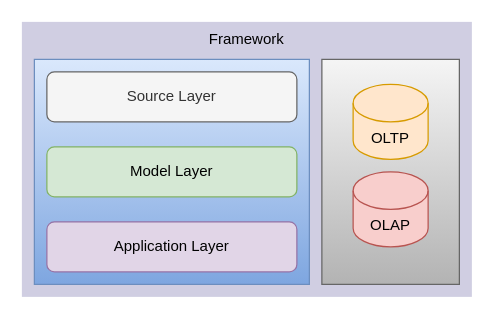
Above: page "bi-service-devops-architecture" (2 of 4) of doc/img/bi-service-architecture.drawio in eastmoon/business-intelligence-service-architecture (draw.io), before the change. Source tidied: cells renumbered, new cells numbered last; positions are measured from the earlier drawing's top-left corner, leaving out a move shared by most shapes. Both pictures are drawn from the tidied source at 125%, with x=0, y=0 at pixel (21, 21).
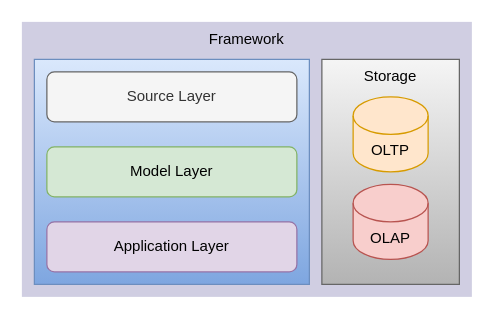
Above is the later version.

Change to the diagram source:
```diff
@@
 <mxGraphModel>
   <root>
     <mxCell id="0" />
     <mxCell id="1" parent="0" />
     <mxCell id="2" value="Framework" style="rounded=0;whiteSpace=wrap;html=1;verticalAlign=top;fillColor=#d0cee2;strokeColor=none;" parent="1" vertex="1">
       <mxGeometry width="360" height="220" as="geometry" />
     </mxCell>
     <mxCell id="3" style="rounded=0;whiteSpace=wrap;html=1;fillColor=#dae8fc;gradientColor=#7ea6e0;strokeColor=#6c8ebf;" parent="1" vertex="1">
       <mxGeometry x="10" y="30" width="220" height="180" as="geometry" />
     </mxCell>
     <mxCell id="4" value="&lt;span style=&quot;font-size: 12px&quot;&gt;Source Layer&lt;/span&gt;" style="rounded=1;whiteSpace=wrap;html=1;fontSize=6;fillColor=#f5f5f5;strokeColor=#666666;fontColor=#333333;horizontal=1;verticalAlign=middle;" parent="1" vertex="1">
       <mxGeometry x="20" y="40" width="200" height="40" as="geometry" />
     </mxCell>
     <mxCell id="5" value="&lt;span style=&quot;font-size: 12px&quot;&gt;Model Layer&lt;/span&gt;" style="rounded=1;whiteSpace=wrap;html=1;fontSize=6;fillColor=#d5e8d4;strokeColor=#82b366;verticalAlign=middle;" parent="1" vertex="1">
       <mxGeometry x="20" y="100" width="200" height="40" as="geometry" />
     </mxCell>
     <mxCell id="6" value="&lt;span style=&quot;font-size: 12px&quot;&gt;Application Layer&lt;/span&gt;" style="rounded=1;whiteSpace=wrap;html=1;fontSize=6;fillColor=#e1d5e7;strokeColor=#9673a6;verticalAlign=middle;" parent="1" vertex="1">
       <mxGeometry x="20" y="160" width="200" height="40" as="geometry" />
     </mxCell>
-    <mxCell id="7" style="rounded=0;whiteSpace=wrap;html=1;fillColor=#f5f5f5;gradientColor=#b3b3b3;strokeColor=#666666;" parent="1" vertex="1">
+    <mxCell id="7" value="Storage" style="rounded=0;whiteSpace=wrap;html=1;fillColor=#f5f5f5;gradientColor=#b3b3b3;strokeColor=#666666;verticalAlign=top;" parent="1" vertex="1">
       <mxGeometry x="240" y="30" width="110" height="180" as="geometry" />
     </mxCell>
     <mxCell id="8" value="OLTP" style="shape=cylinder3;whiteSpace=wrap;html=1;boundedLbl=1;backgroundOutline=1;size=15;rounded=0;fillColor=#ffe6cc;strokeColor=#d79b00;" parent="1" vertex="1">
-      <mxGeometry x="265" y="50" width="60" height="60" as="geometry" />
+      <mxGeometry x="265" y="60" width="60" height="60" as="geometry" />
     </mxCell>
     <mxCell id="9" value="OLAP" style="shape=cylinder3;whiteSpace=wrap;html=1;boundedLbl=1;backgroundOutline=1;size=15;rounded=0;fillColor=#f8cecc;strokeColor=#b85450;" parent="1" vertex="1">
-      <mxGeometry x="265" y="120" width="60" height="60" as="geometry" />
+      <mxGeometry x="265" y="130" width="60" height="60" as="geometry" />
     </mxCell>
   </root>
 </mxGraphModel>
```
